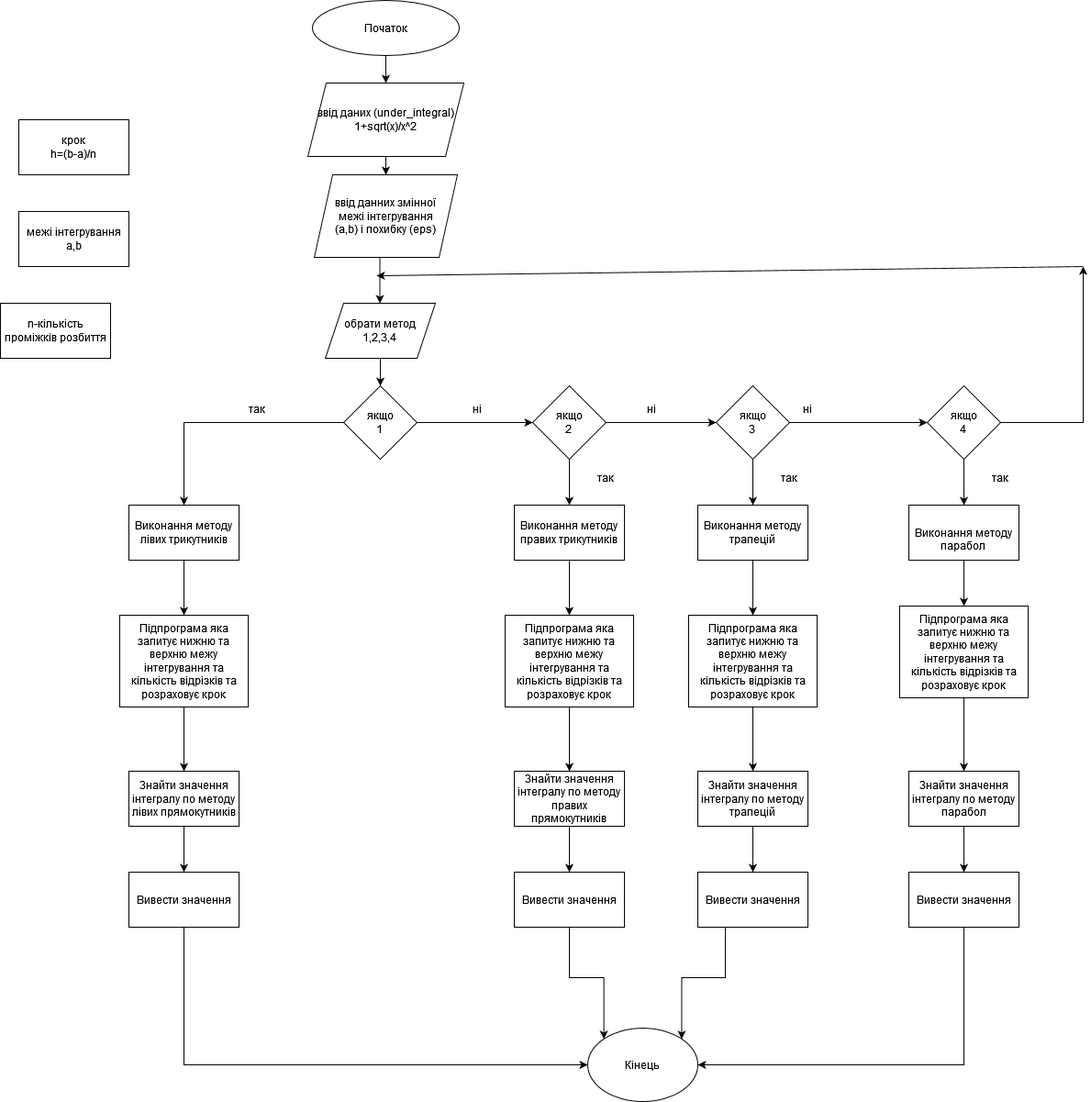
Above: Луцкевич_Володимир_РЕ-12_Схема_.drawio.png in VolodymyrLutskevych-PE-12/Lab_2_Volodymyr-Lutskevych_PE-12_-1- (draw.io), before the change. Source tidied: cells renumbered, new cells last; positions are measured from the earlier drawing's top-left corner, leaving out a move shared by most shapes.
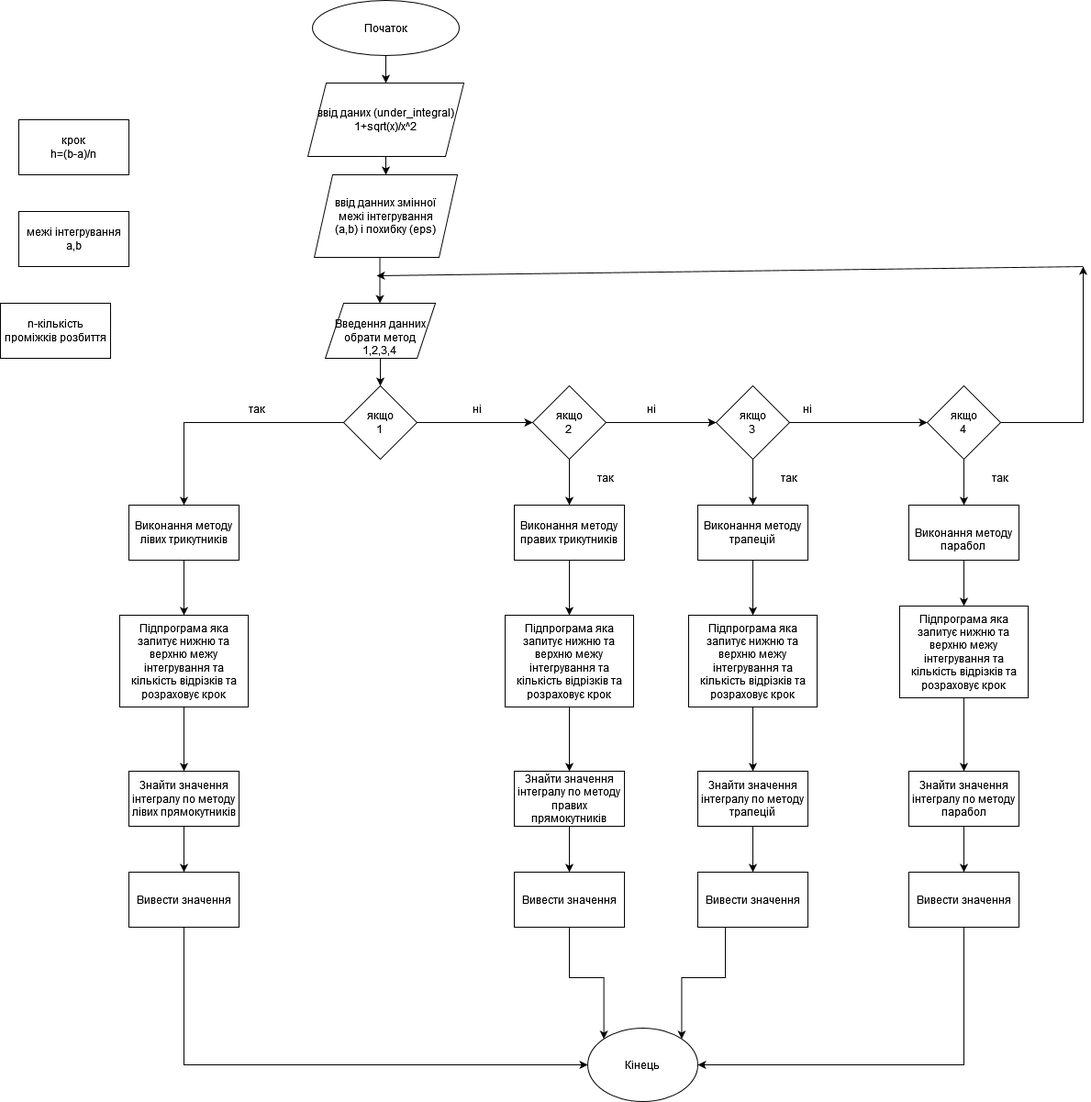
The same diagram one commit later.

Change to the diagram source:
```diff
@@ -35,7 +35,7 @@
     <mxCell id="11" style="edgeStyle=orthogonalEdgeStyle;rounded=0;jettySize=auto;html=1;exitX=0.5;exitY=1;exitDx=0;exitDy=0;entryX=0.5;entryY=0;entryDx=0;entryDy=0;" parent="1" edge="1" source="12" target="15">
       <mxGeometry relative="1" as="geometry" />
     </mxCell>
-    <mxCell id="12" value="&lt;br&gt;&lt;div&gt;обрати метод&lt;/div&gt;1,2,3,4&lt;br&gt;&lt;br&gt;" style="shape=parallelogram;perimeter=parallelogramPerimeter;whiteSpace=wrap;html=1;fixedSize=1;" parent="1" vertex="1">
+    <mxCell id="12" value="&lt;br&gt;&lt;div&gt;Введення данних обрати метод&lt;/div&gt;1,2,3,4&lt;br&gt;" style="shape=parallelogram;perimeter=parallelogramPerimeter;whiteSpace=wrap;html=1;fixedSize=1;" parent="1" vertex="1">
       <mxGeometry x="354" y="330" width="120" height="60" as="geometry" />
     </mxCell>
     <mxCell id="13" style="edgeStyle=orthogonalEdgeStyle;rounded=0;jettySize=auto;html=1;exitX=0;exitY=0.5;exitDx=0;exitDy=0;" parent="1" edge="1" source="15" target="17">
```
